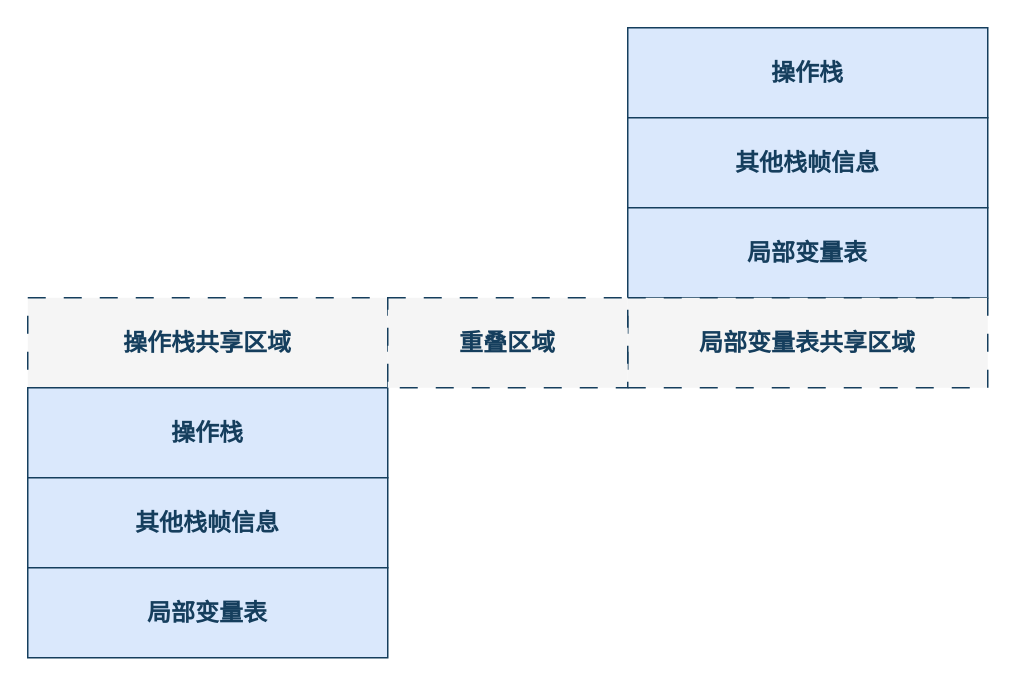
dunwu/waterdrop keeps this draw.io diagram as page "操作数栈" (4 of 6) of assets/Java/JavaCore/JVM/Java虚拟机之内存区域.drawio. Above is the earlier version. Source tidied: cells renumbered, new cells numbered last; positions are measured from the earlier drawing's top-left corner, leaving out a move shared by most shapes. Both pictures are drawn from the tidied source at 150%, with x=0, y=0 at pixel (27, 27).
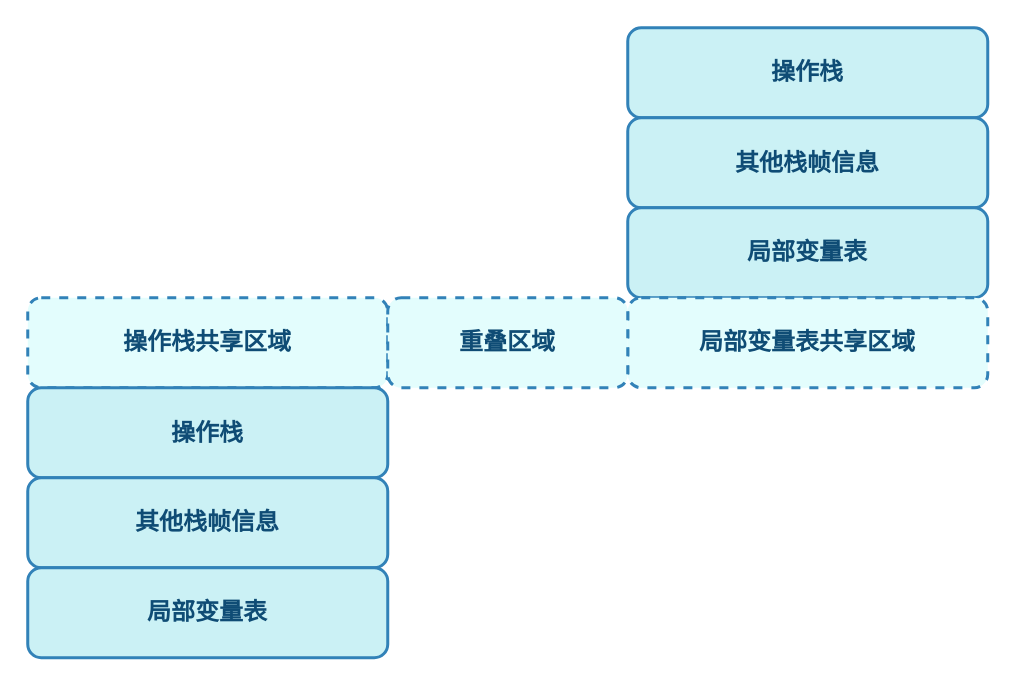
After the change.

What changed in the source:
```diff
@@
 <mxGraphModel>
   <root>
     <mxCell id="0" />
     <mxCell id="1" parent="0" />
-    <mxCell id="2" value="&lt;div style=&quot;&quot;&gt;&lt;div style=&quot;&quot;&gt;操作栈共享区域&lt;/div&gt;&lt;/div&gt;" style="rounded=0;whiteSpace=wrap;html=1;fontSize=16;fillColor=#f5f5f5;fontColor=#153E5D;strokeColor=#153E5D;fontStyle=1;dashed=1;dashPattern=12 12;" parent="1" vertex="1">
+    <mxCell id="2" value="&lt;div style=&quot;&quot;&gt;&lt;div style=&quot;&quot;&gt;操作栈共享区域&lt;/div&gt;&lt;/div&gt;" style="rounded=1;whiteSpace=wrap;html=1;fontSize=16;fillColor=#E3FDFD;fontColor=#0F4C75;strokeColor=#3282B8;fontStyle=1;dashed=1;fontFamily=Comic Sans MS;strokeWidth=2;" parent="1" vertex="1">
       <mxGeometry y="180" width="240" height="60" as="geometry" />
     </mxCell>
-    <mxCell id="3" value="&lt;div style=&quot;&quot;&gt;&lt;div style=&quot;&quot;&gt;&lt;p style=&quot;border-color: var(--border-color); margin: 0px 4px; line-height: 16px;&quot; align=&quot;center&quot;&gt;操作栈&lt;/p&gt;&lt;/div&gt;&lt;/div&gt;" style="rounded=0;whiteSpace=wrap;html=1;fontSize=16;fillColor=#dae8fc;strokeColor=#153E5D;fontStyle=1;fontColor=#153E5D;" parent="1" vertex="1">
+    <mxCell id="3" value="&lt;div style=&quot;&quot;&gt;&lt;div style=&quot;&quot;&gt;&lt;p style=&quot;border-color: var(--border-color); margin: 0px 4px; line-height: 16px;&quot; align=&quot;center&quot;&gt;操作栈&lt;/p&gt;&lt;/div&gt;&lt;/div&gt;" style="rounded=1;whiteSpace=wrap;html=1;fontSize=16;fillColor=#CBF1F5;strokeColor=#3282B8;fontStyle=1;fontColor=#0F4C75;fontFamily=Comic Sans MS;strokeWidth=2;" parent="1" vertex="1">
       <mxGeometry y="240" width="240" height="60" as="geometry" />
     </mxCell>
-    <mxCell id="4" value="&lt;div style=&quot;font-size: 16px;&quot;&gt;&lt;div style=&quot;font-size: 16px;&quot;&gt;&lt;div style=&quot;border-color: var(--border-color);&quot;&gt;其他栈帧信息&lt;/div&gt;&lt;/div&gt;&lt;/div&gt;" style="rounded=0;whiteSpace=wrap;html=1;fontSize=16;fillColor=#dae8fc;strokeColor=#153E5D;fontStyle=1;fontColor=#153E5D;" parent="1" vertex="1">
+    <mxCell id="4" value="&lt;div style=&quot;font-size: 16px;&quot;&gt;&lt;div style=&quot;font-size: 16px;&quot;&gt;&lt;div style=&quot;border-color: var(--border-color);&quot;&gt;其他栈帧信息&lt;/div&gt;&lt;/div&gt;&lt;/div&gt;" style="rounded=1;whiteSpace=wrap;html=1;fontSize=16;fillColor=#CBF1F5;strokeColor=#3282B8;fontStyle=1;fontColor=#0F4C75;fontFamily=Comic Sans MS;strokeWidth=2;" parent="1" vertex="1">
       <mxGeometry y="300" width="240" height="60" as="geometry" />
     </mxCell>
-    <mxCell id="5" value="&lt;div style=&quot;font-size: 16px;&quot;&gt;&lt;div style=&quot;font-size: 16px;&quot;&gt;&lt;div style=&quot;border-color: var(--border-color);&quot;&gt;局部变量表&lt;/div&gt;&lt;/div&gt;&lt;/div&gt;" style="rounded=0;whiteSpace=wrap;html=1;fontSize=16;fillColor=#dae8fc;strokeColor=#153E5D;fontStyle=1;fontColor=#153E5D;" parent="1" vertex="1">
+    <mxCell id="5" value="&lt;div style=&quot;font-size: 16px;&quot;&gt;&lt;div style=&quot;font-size: 16px;&quot;&gt;&lt;div style=&quot;border-color: var(--border-color);&quot;&gt;局部变量表&lt;/div&gt;&lt;/div&gt;&lt;/div&gt;" style="rounded=1;whiteSpace=wrap;html=1;fontSize=16;fillColor=#CBF1F5;strokeColor=#3282B8;fontStyle=1;fontColor=#0F4C75;fontFamily=Comic Sans MS;strokeWidth=2;" parent="1" vertex="1">
       <mxGeometry y="360" width="240" height="60" as="geometry" />
     </mxCell>
-    <mxCell id="6" value="&lt;div style=&quot;&quot;&gt;&lt;div style=&quot;&quot;&gt;操作栈&lt;br&gt;&lt;/div&gt;&lt;/div&gt;" style="rounded=0;whiteSpace=wrap;html=1;fontSize=16;fillColor=#dae8fc;strokeColor=#153E5D;fontStyle=1;fontColor=#153E5D;" parent="1" vertex="1">
+    <mxCell id="6" value="&lt;div style=&quot;&quot;&gt;&lt;div style=&quot;&quot;&gt;操作栈&lt;br&gt;&lt;/div&gt;&lt;/div&gt;" style="rounded=1;whiteSpace=wrap;html=1;fontSize=16;fillColor=#CBF1F5;strokeColor=#3282B8;fontStyle=1;fontColor=#0F4C75;fontFamily=Comic Sans MS;strokeWidth=2;" parent="1" vertex="1">
       <mxGeometry x="400" width="240" height="60" as="geometry" />
     </mxCell>
-    <mxCell id="7" value="&lt;div style=&quot;&quot;&gt;&lt;div style=&quot;&quot;&gt;&lt;p style=&quot;border-color: var(--border-color); margin: 0px 4px; line-height: 16px;&quot; align=&quot;center&quot;&gt;其他栈帧信息&lt;br&gt;&lt;/p&gt;&lt;/div&gt;&lt;/div&gt;" style="rounded=0;whiteSpace=wrap;html=1;fontSize=16;fillColor=#dae8fc;strokeColor=#153E5D;fontStyle=1;fontColor=#153E5D;" parent="1" vertex="1">
+    <mxCell id="7" value="&lt;div style=&quot;&quot;&gt;&lt;div style=&quot;&quot;&gt;&lt;p style=&quot;border-color: var(--border-color); margin: 0px 4px; line-height: 16px;&quot; align=&quot;center&quot;&gt;其他栈帧信息&lt;br&gt;&lt;/p&gt;&lt;/div&gt;&lt;/div&gt;" style="rounded=1;whiteSpace=wrap;html=1;fontSize=16;fillColor=#CBF1F5;strokeColor=#3282B8;fontStyle=1;fontColor=#0F4C75;fontFamily=Comic Sans MS;strokeWidth=2;" parent="1" vertex="1">
       <mxGeometry x="400" y="60" width="240" height="60" as="geometry" />
     </mxCell>
-    <mxCell id="8" value="&lt;div style=&quot;font-size: 16px;&quot;&gt;&lt;div style=&quot;font-size: 16px;&quot;&gt;&lt;div style=&quot;border-color: var(--border-color);&quot;&gt;局部变量表&lt;br&gt;&lt;/div&gt;&lt;/div&gt;&lt;/div&gt;" style="rounded=0;whiteSpace=wrap;html=1;fontSize=16;fillColor=#dae8fc;strokeColor=#153E5D;fontStyle=1;fontColor=#153E5D;" parent="1" vertex="1">
+    <mxCell id="8" value="&lt;div style=&quot;font-size: 16px;&quot;&gt;&lt;div style=&quot;font-size: 16px;&quot;&gt;&lt;div style=&quot;border-color: var(--border-color);&quot;&gt;局部变量表&lt;br&gt;&lt;/div&gt;&lt;/div&gt;&lt;/div&gt;" style="rounded=1;whiteSpace=wrap;html=1;fontSize=16;fillColor=#CBF1F5;strokeColor=#3282B8;fontStyle=1;fontColor=#0F4C75;fontFamily=Comic Sans MS;strokeWidth=2;" parent="1" vertex="1">
       <mxGeometry x="400" y="120" width="240" height="60" as="geometry" />
     </mxCell>
-    <mxCell id="9" value="&lt;div style=&quot;font-size: 16px;&quot;&gt;&lt;div style=&quot;font-size: 16px;&quot;&gt;&lt;div style=&quot;border-color: var(--border-color);&quot;&gt;局部变量表共享区域&lt;/div&gt;&lt;/div&gt;&lt;/div&gt;" style="rounded=0;whiteSpace=wrap;html=1;fontSize=16;fillColor=#f5f5f5;fontColor=#153E5D;strokeColor=#153E5D;fontStyle=1;dashed=1;dashPattern=12 12;" parent="1" vertex="1">
+    <mxCell id="9" value="&lt;div style=&quot;font-size: 16px;&quot;&gt;&lt;div style=&quot;font-size: 16px;&quot;&gt;&lt;div style=&quot;border-color: var(--border-color);&quot;&gt;局部变量表共享区域&lt;/div&gt;&lt;/div&gt;&lt;/div&gt;" style="rounded=1;whiteSpace=wrap;html=1;fontSize=16;fillColor=#E3FDFD;fontColor=#0F4C75;strokeColor=#3282B8;fontStyle=1;dashed=1;fontFamily=Comic Sans MS;strokeWidth=2;" parent="1" vertex="1">
       <mxGeometry x="400" y="180" width="240" height="60" as="geometry" />
     </mxCell>
-    <mxCell id="10" value="&lt;div style=&quot;&quot;&gt;&lt;div style=&quot;&quot;&gt;重叠区域&lt;/div&gt;&lt;/div&gt;" style="rounded=0;whiteSpace=wrap;html=1;fontSize=16;fillColor=#f5f5f5;fontColor=#153E5D;strokeColor=#153E5D;fontStyle=1;dashed=1;dashPattern=12 12;" parent="1" vertex="1">
+    <mxCell id="10" value="&lt;div style=&quot;&quot;&gt;&lt;div style=&quot;&quot;&gt;重叠区域&lt;/div&gt;&lt;/div&gt;" style="rounded=1;whiteSpace=wrap;html=1;fontSize=16;fillColor=#E3FDFD;fontColor=#0F4C75;strokeColor=#3282B8;fontStyle=1;dashed=1;fontFamily=Comic Sans MS;strokeWidth=2;" parent="1" vertex="1">
       <mxGeometry x="240" y="180" width="160" height="60" as="geometry" />
     </mxCell>
   </root>
 </mxGraphModel>
```
